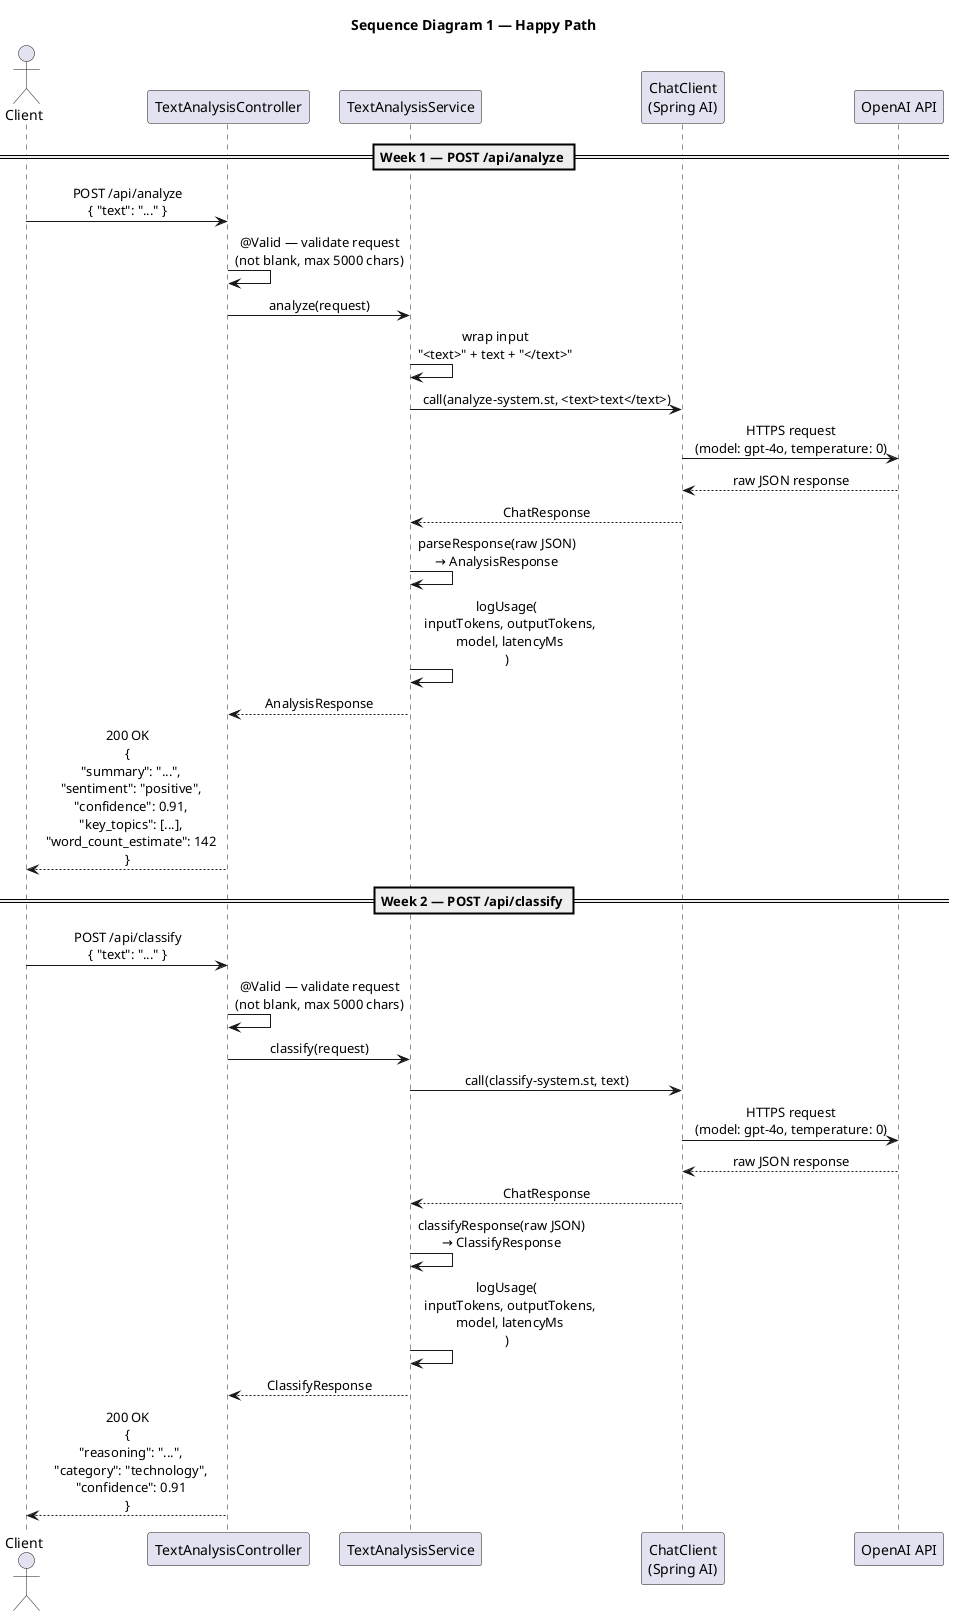
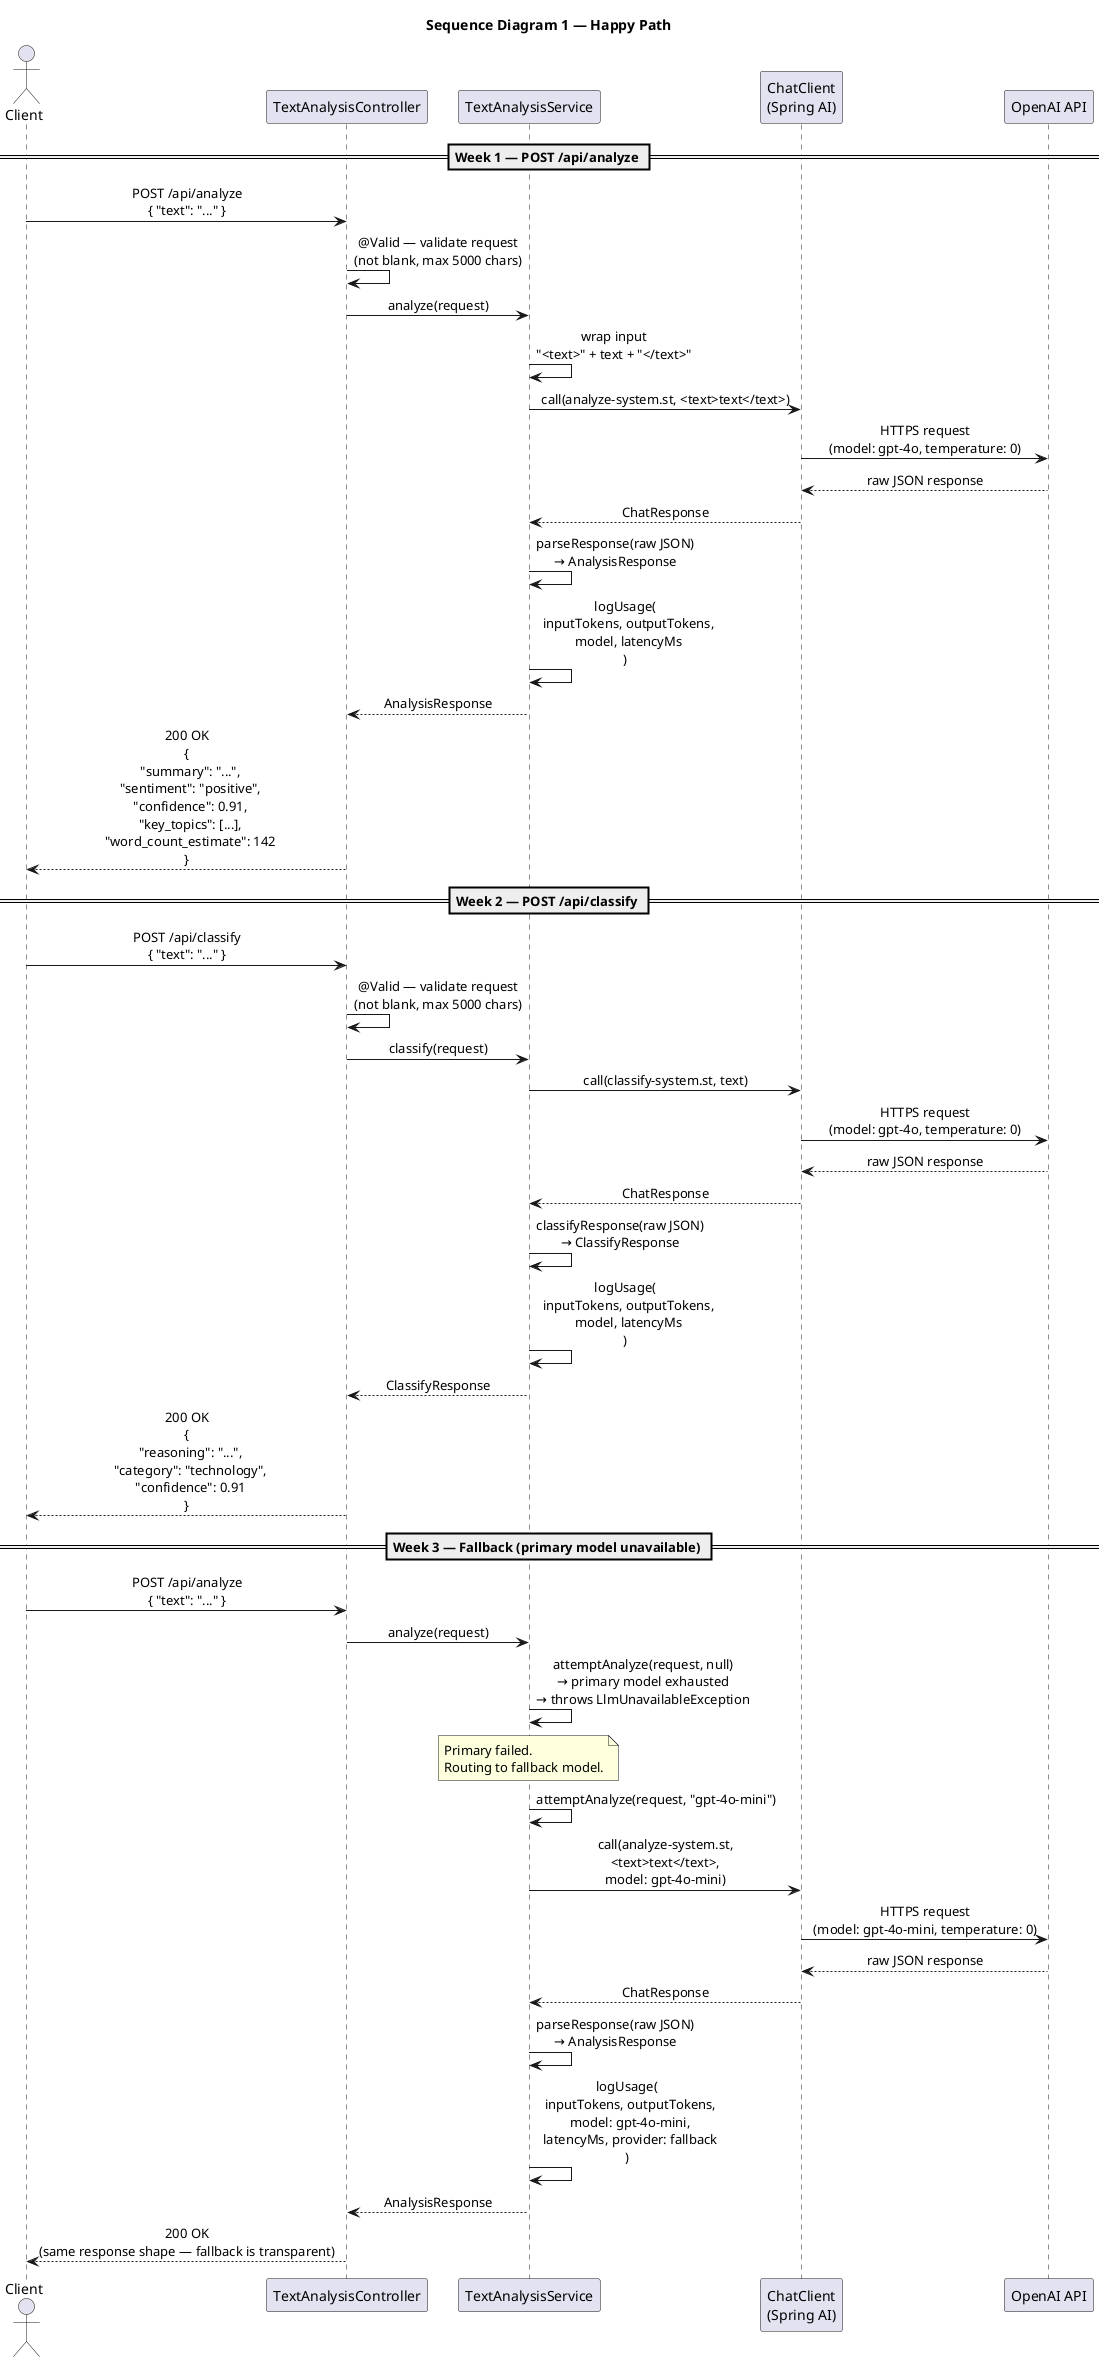
@startuml sequence-happy-path

title Sequence Diagram 1 — Happy Path

skinparam sequenceMessageAlign center
skinparam responseMessageBelowArrow true

actor       Client
participant "TextAnalysisController" as Controller
participant "TextAnalysisService"    as Service
participant "ChatClient\n(Spring AI)" as ChatClient
participant "OpenAI API"             as OpenAI

== Week 1 — POST /api/analyze ==

Client -> Controller : POST /api/analyze\n{ "text": "..." }

Controller -> Controller : @Valid — validate request\n(not blank, max 5000 chars)

Controller -> Service : analyze(request)

Service -> Service : wrap input\n"<text>" + text + "</text>"

Service -> ChatClient : call(analyze-system.st, <text>text</text>)

ChatClient -> OpenAI : HTTPS request\n(model: gpt-4o, temperature: 0)

OpenAI --> ChatClient : raw JSON response

ChatClient --> Service : ChatResponse

Service -> Service : parseResponse(raw JSON)\n→ AnalysisResponse

Service -> Service : logUsage(\n  inputTokens, outputTokens,\n  model, latencyMs\n)

Service --> Controller : AnalysisResponse

Controller --> Client : 200 OK\n{\n  "summary": "...",\n  "sentiment": "positive",\n  "confidence": 0.91,\n  "key_topics": [...],\n  "word_count_estimate": 142\n}

== Week 2 — POST /api/classify ==

Client -> Controller : POST /api/classify\n{ "text": "..." }

Controller -> Controller : @Valid — validate request\n(not blank, max 5000 chars)

Controller -> Service : classify(request)

Service -> ChatClient : call(classify-system.st, text)

ChatClient -> OpenAI : HTTPS request\n(model: gpt-4o, temperature: 0)

OpenAI --> ChatClient : raw JSON response

ChatClient --> Service : ChatResponse

Service -> Service : classifyResponse(raw JSON)\n→ ClassifyResponse

Service -> Service : logUsage(\n  inputTokens, outputTokens,\n  model, latencyMs\n)

Service --> Controller : ClassifyResponse

Controller --> Client : 200 OK\n{\n  "reasoning": "...",\n  "category": "technology",\n  "confidence": 0.91\n}

+ == Week 3 — Fallback (primary model unavailable) ==
+ 
+ Client -> Controller : POST /api/analyze\n{ "text": "..." }
+ 
+ Controller -> Service : analyze(request)
+ 
+ Service -> Service : attemptAnalyze(request, null)\n→ primary model exhausted\n→ throws LlmUnavailableException
+ 
+ note over Service : Primary failed.\nRouting to fallback model.
+ 
+ Service -> Service : attemptAnalyze(request, "gpt-4o-mini")
+ 
+ Service -> ChatClient : call(analyze-system.st,\n<text>text</text>,\nmodel: gpt-4o-mini)
+ 
+ ChatClient -> OpenAI : HTTPS request\n(model: gpt-4o-mini, temperature: 0)
+ 
+ OpenAI --> ChatClient : raw JSON response
+ 
+ ChatClient --> Service : ChatResponse
+ 
+ Service -> Service : parseResponse(raw JSON)\n→ AnalysisResponse
+ 
+ Service -> Service : logUsage(\n  inputTokens, outputTokens,\n  model: gpt-4o-mini,\n  latencyMs, provider: fallback\n)
+ 
+ Service --> Controller : AnalysisResponse
+ 
+ Controller --> Client : 200 OK\n(same response shape — fallback is transparent)
+ 
@enduml
